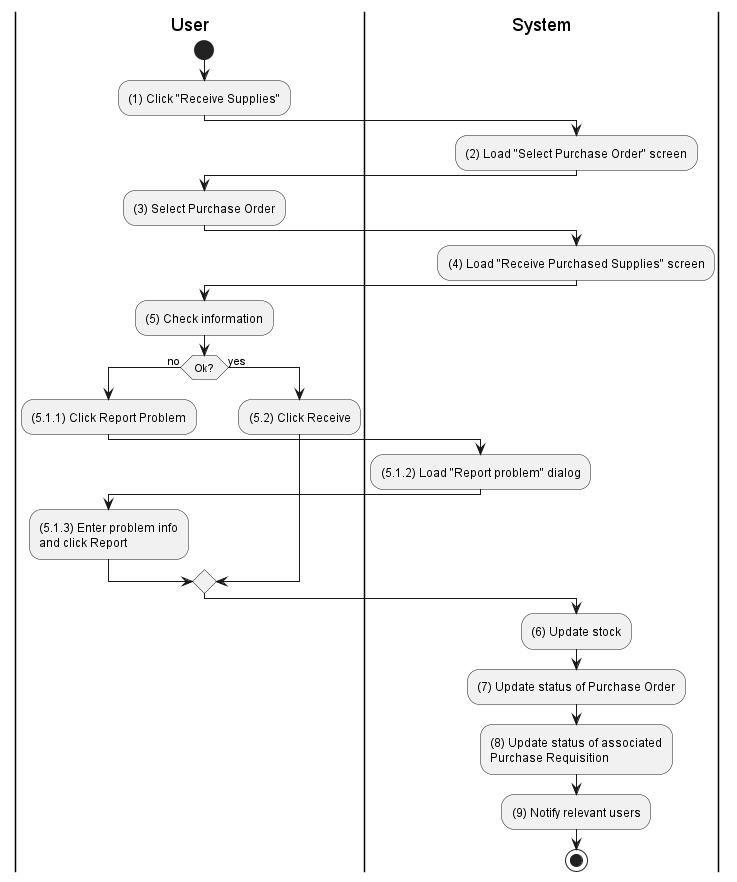
Above: activities/inventory-supply-receive.png in phihungha/scmss-reqs (PlantUML), before the change.
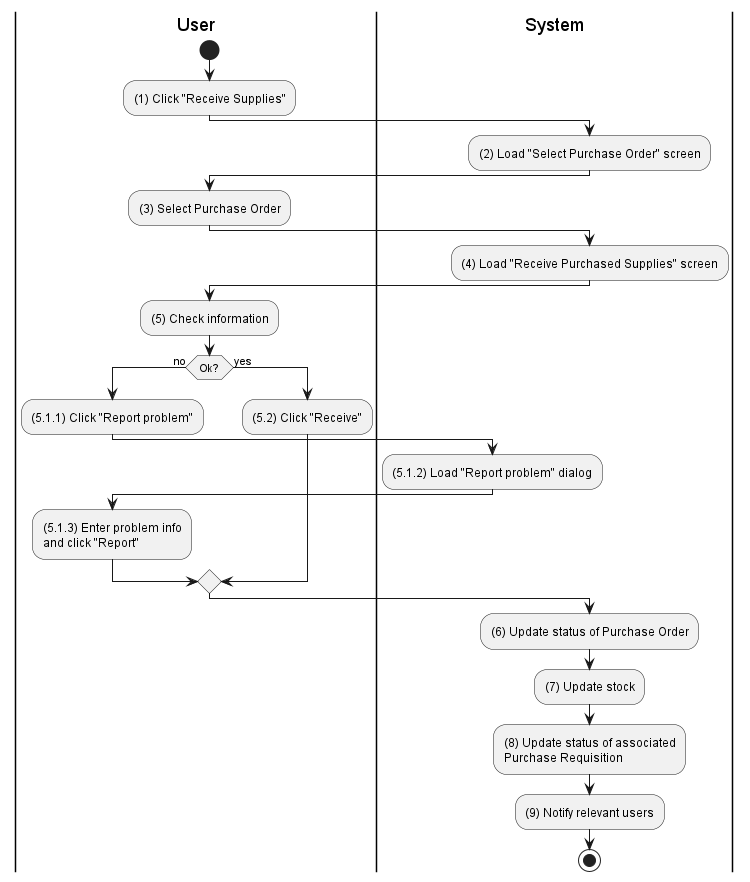
Above is the later version.

What changed in the source:
```diff
@@ -20,21 +20,21 @@
 
 if (Ok?) then (no)
     |u|
-    :(5.1.1) Click Report Problem;
+    :(5.1.1) Click "Report problem";
 
     |s|
     :(5.1.2) Load "Report problem" dialog;
 
     |u|
-    :(5.1.3) Enter problem info\nand click Report;
+    :(5.1.3) Enter problem info\nand click "Report";
 else (yes)
     |u|
-    :(5.2) Click Receive;
+    :(5.2) Click "Receive";
 endif
 
 |s|
-:(6) Update stock;
-:(7) Update status of Purchase Order;
+:(6) Update status of Purchase Order;
+:(7) Update stock;
 :(8) Update status of associated\nPurchase Requisition;
 :(9) Notify relevant users;
 stop
```
